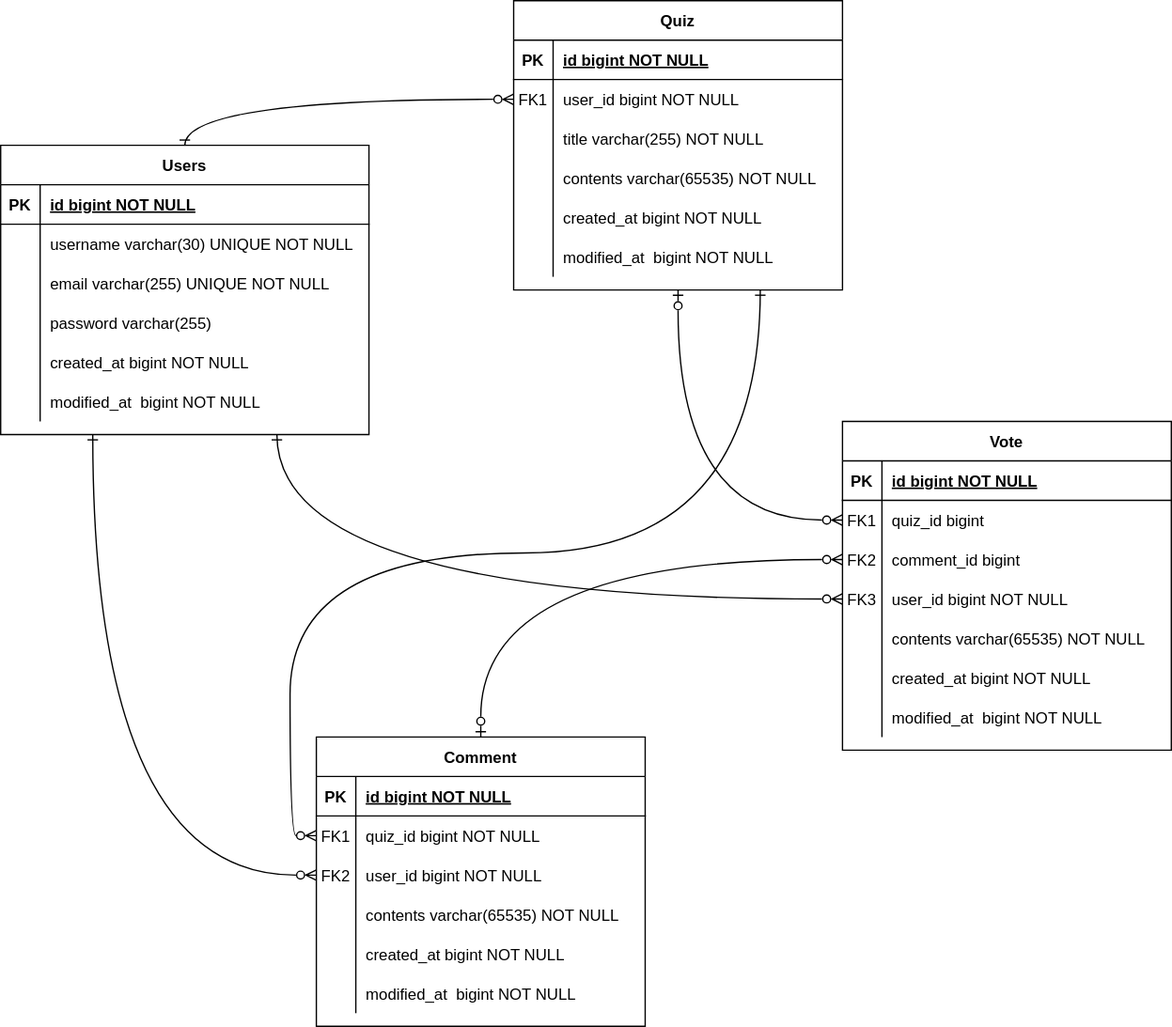
Before: document/erd.svg, a diagram exported from draw.io (leesh5000/Quiz-Moa-BE). Source tidied: cells renumbered, new cells last; positions are measured from the earlier drawing's top-left corner, leaving out a move shared by most shapes.
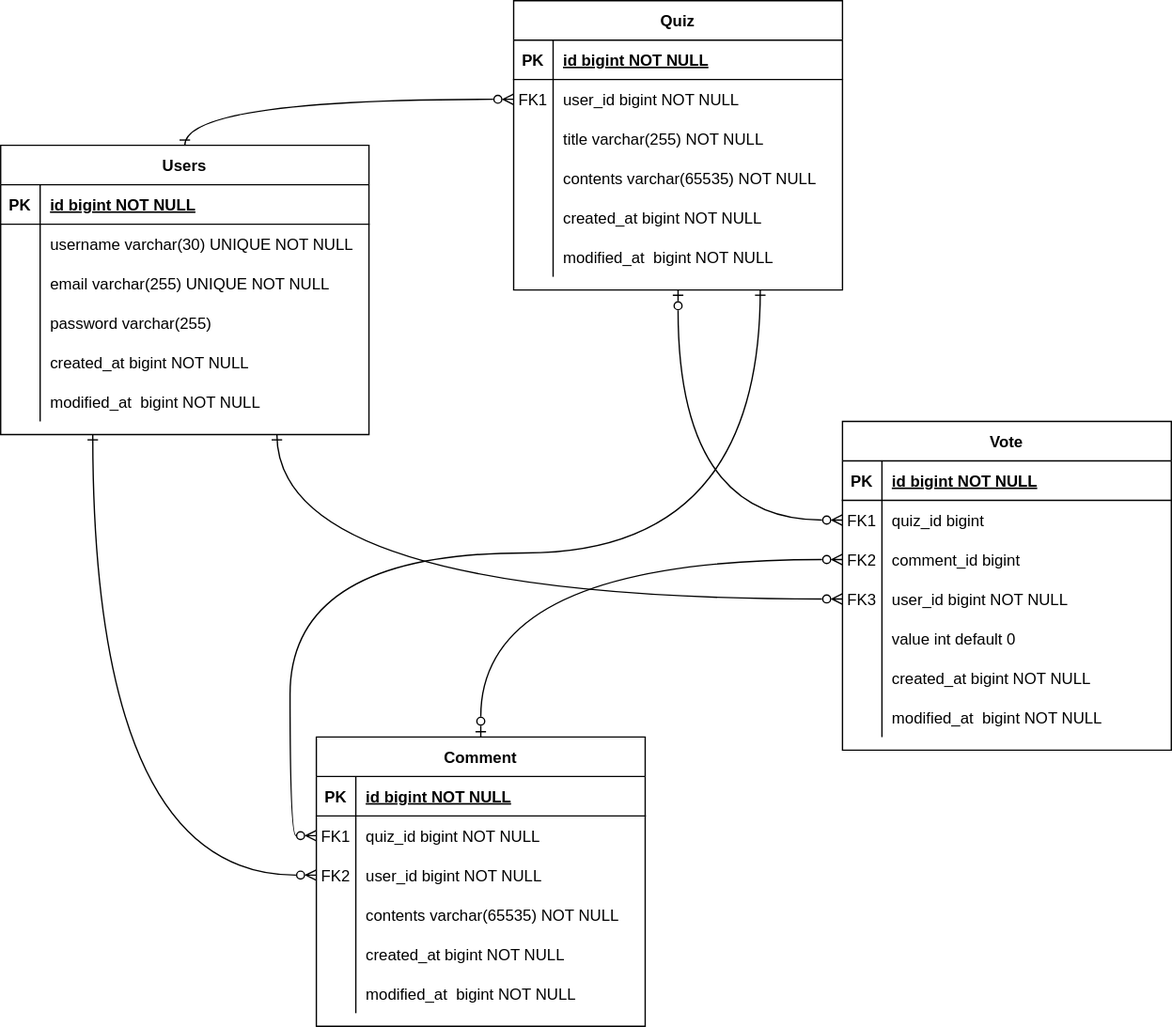
After the commit.

Commit message:
#6 - 설명 추가 및 ERD 수정

투표 테이블의 value 필드를 잘못 올린 것에 대해 ERD 파일에 수정사항을 반영하였습니다.

README.md 파일에 DB 설계에 대한 설명을 추가하였습니다.

Change to the diagram source:
```diff
@@ -218,7 +218,7 @@
     <mxCell id="73" style="shape=partialRectangle;overflow=hidden;fillColor=none;top=0;left=0;bottom=0;right=0;" parent="72" vertex="1">
       <mxGeometry width="30" height="30" as="geometry" />
     </mxCell>
-    <mxCell id="74" value="contents varchar(65535) NOT NULL" style="shape=partialRectangle;overflow=hidden;fillColor=none;top=0;left=0;bottom=0;right=0;align=left;spacingLeft=6;" parent="72" vertex="1">
+    <mxCell id="74" value="value int default 0" style="shape=partialRectangle;overflow=hidden;fillColor=none;top=0;left=0;bottom=0;right=0;align=left;spacingLeft=6;" parent="72" vertex="1">
       <mxGeometry x="30" width="220" height="30" as="geometry" />
     </mxCell>
     <mxCell id="75" style="shape=partialRectangle;fillColor=none;top=0;left=0;right=0;bottom=0;" parent="59" vertex="1">
```
